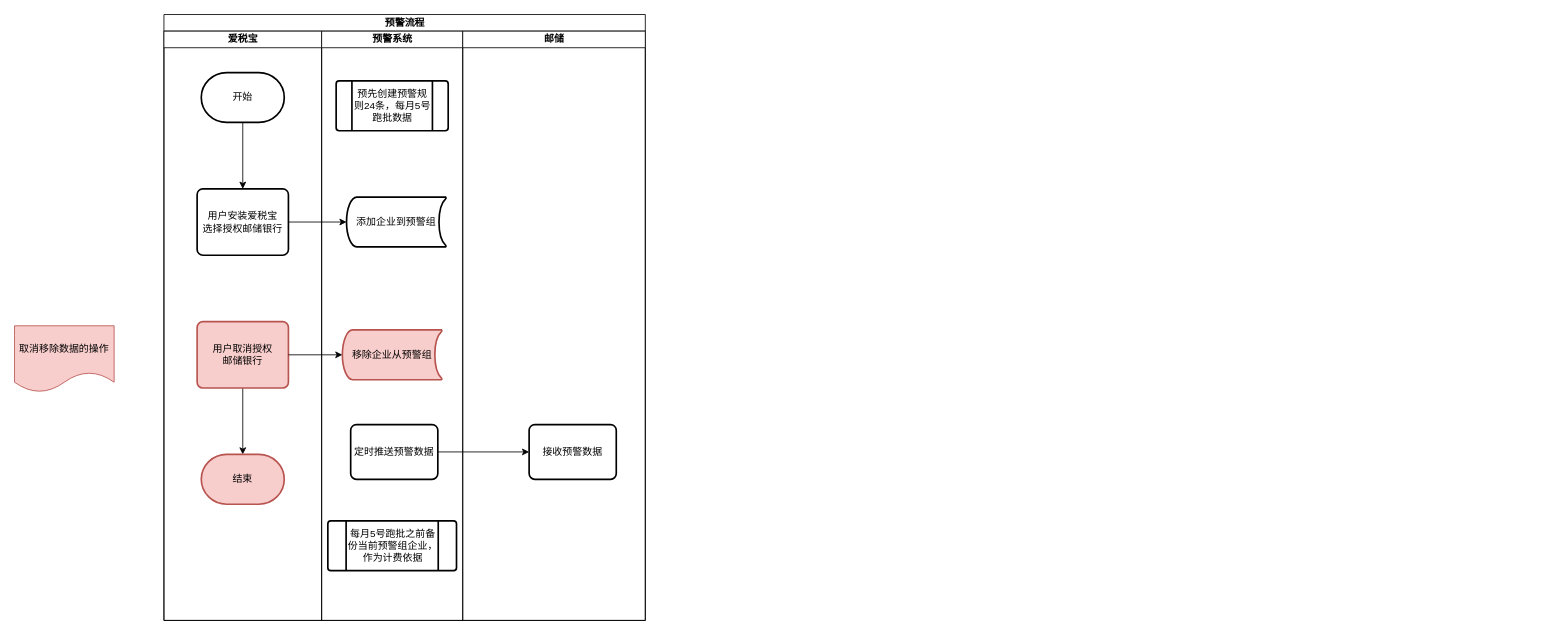
Above: 江苏邮储预警报告流程.drawio in quanqiang-li/draw (draw.io), before the change. Source tidied: cells renumbered, new cells numbered last; positions are measured from the earlier drawing's top-left corner, leaving out a move shared by most shapes. Both pictures are drawn from the tidied source at 83%, with x=0, y=0 at pixel (14, 14).
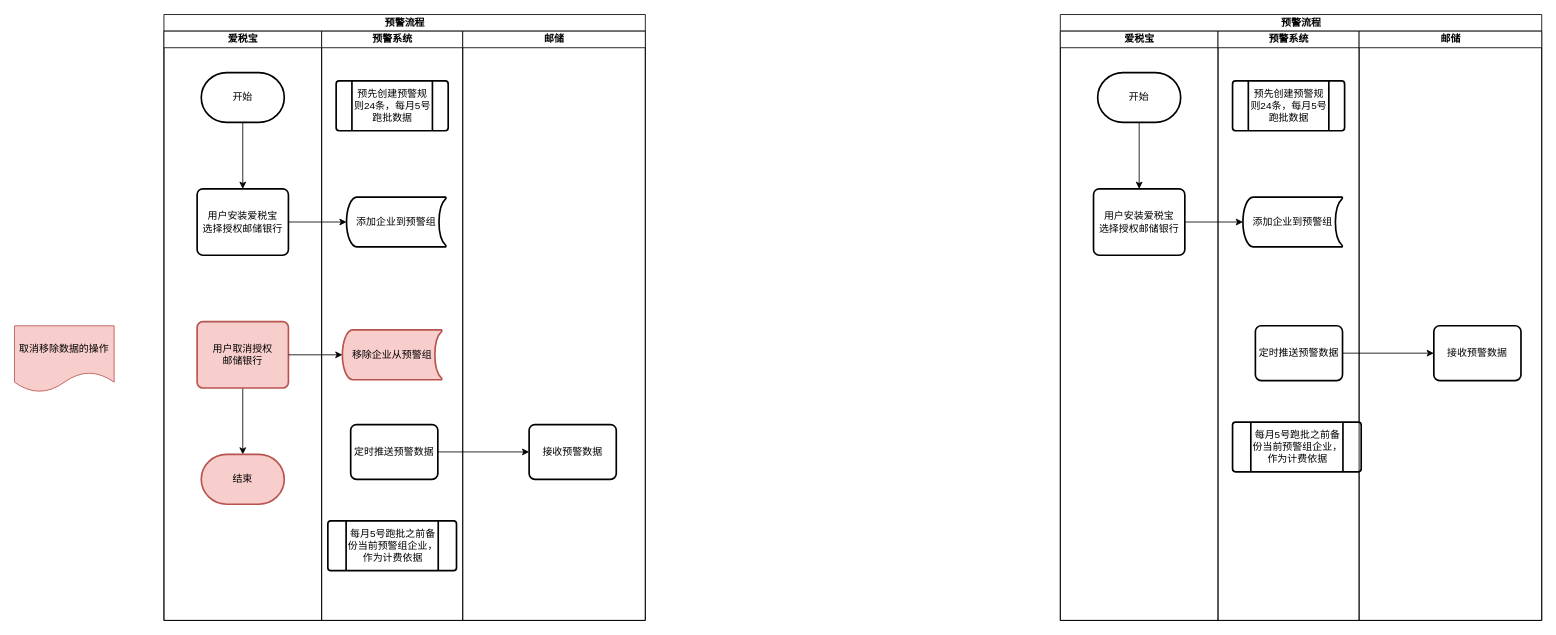
Above is the later version.

Commit message:
更新江苏邮储预警报告流程.drawio

The edit, as a diff of the source:
```diff
@@
+    <mxCell id="22" value="预警流程" style="swimlane;html=1;startSize=20;" parent="1" vertex="1">
+      <mxGeometry x="1260" width="580" height="730" as="geometry" />
+    </mxCell>
+    <mxCell id="23" value="爱税宝" style="swimlane;html=1;startSize=20;" parent="22" vertex="1">
+      <mxGeometry y="20" width="190" height="710" as="geometry" />
+    </mxCell>
+    <mxCell id="24" style="edgeStyle=orthogonalEdgeStyle;rounded=0;jettySize=auto;html=1;" parent="23" edge="1" source="25" target="26">
+      <mxGeometry relative="1" as="geometry" />
+    </mxCell>
+    <mxCell id="25" value="开始" style="strokeWidth=2;html=1;shape=mxgraph.flowchart.terminator;whiteSpace=wrap;" parent="23" vertex="1">
+      <mxGeometry x="45" y="50" width="100" height="60" as="geometry" />
+    </mxCell>
+    <mxCell id="26" value="用户安装爱税宝&lt;br&gt;选择授权邮储银行" style="rounded=1;whiteSpace=wrap;html=1;absoluteArcSize=1;arcSize=14;strokeWidth=2;" parent="23" vertex="1">
+      <mxGeometry x="40" y="190" width="110" height="80" as="geometry" />
+    </mxCell>
+    <mxCell id="27" value="预警系统" style="swimlane;html=1;startSize=20;" parent="22" vertex="1">
+      <mxGeometry x="190" y="20" width="170" height="710" as="geometry" />
+    </mxCell>
+    <mxCell id="28" value="预先创建预警规则24条，每月5号跑批数据" style="verticalLabelPosition=middle;verticalAlign=middle;html=1;strokeWidth=2;shape=process;whiteSpace=wrap;rounded=1;size=0.14;arcSize=6;horizontal=1;labelPosition=center;align=center;" parent="27" vertex="1">
+      <mxGeometry x="17.5" y="60" width="135" height="60" as="geometry" />
+    </mxCell>
+    <mxCell id="29" value="添加企业到预警组" style="strokeWidth=2;html=1;shape=mxgraph.flowchart.stored_data;whiteSpace=wrap;" parent="27" vertex="1">
+      <mxGeometry x="30" y="200" width="120" height="60" as="geometry" />
+    </mxCell>
+    <mxCell id="30" value="定时推送预警数据" style="rounded=1;whiteSpace=wrap;html=1;absoluteArcSize=1;arcSize=14;strokeWidth=2;" parent="27" vertex="1">
+      <mxGeometry x="45" y="355" width="105" height="66" as="geometry" />
+    </mxCell>
+    <mxCell id="31" value="每月5号跑批之前备份当前预警组企业，作为计费依据" style="verticalLabelPosition=middle;verticalAlign=middle;html=1;strokeWidth=2;shape=process;whiteSpace=wrap;rounded=1;size=0.14;arcSize=6;horizontal=1;labelPosition=center;align=center;" parent="27" vertex="1">
+      <mxGeometry x="17.5" y="471" width="155" height="60" as="geometry" />
+    </mxCell>
+    <mxCell id="32" value="邮储" style="swimlane;html=1;startSize=20;" parent="22" vertex="1">
+      <mxGeometry x="360" y="20" width="220" height="710" as="geometry" />
+    </mxCell>
+    <mxCell id="33" value="接收预警数据" style="rounded=1;whiteSpace=wrap;html=1;absoluteArcSize=1;arcSize=14;strokeWidth=2;" parent="32" vertex="1">
+      <mxGeometry x="90" y="355" width="105" height="66" as="geometry" />
+    </mxCell>
+    <mxCell id="34" style="edgeStyle=orthogonalEdgeStyle;rounded=0;jettySize=auto;html=1;" parent="22" edge="1" source="26" target="29">
+      <mxGeometry relative="1" as="geometry" />
+    </mxCell>
+    <mxCell id="35" style="edgeStyle=orthogonalEdgeStyle;rounded=0;jettySize=auto;html=1;entryX=0;entryY=0.5;entryDx=0;entryDy=0;" parent="22" edge="1" source="30" target="33">
+      <mxGeometry relative="1" as="geometry" />
+    </mxCell>
```
